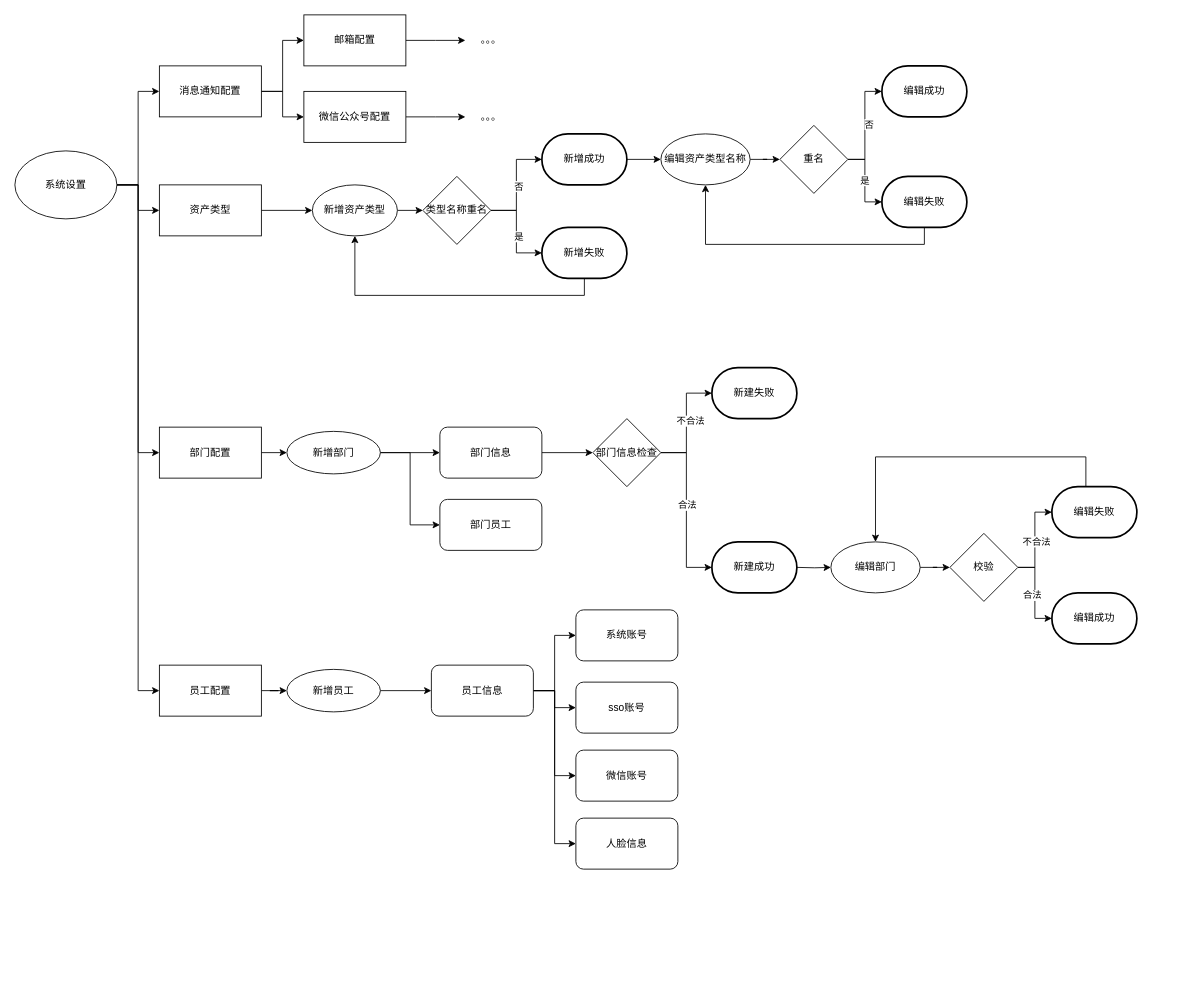
The draw.io diagram TOFsystem.drawio in star-devil/diagramsFiles, before the edit. Source tidied: cells renumbered, new cells numbered last; positions are measured from the earlier drawing's top-left corner, leaving out a move shared by most shapes. Both pictures are drawn from the tidied source at 85%, with x=0, y=0 at pixel (14, 14).
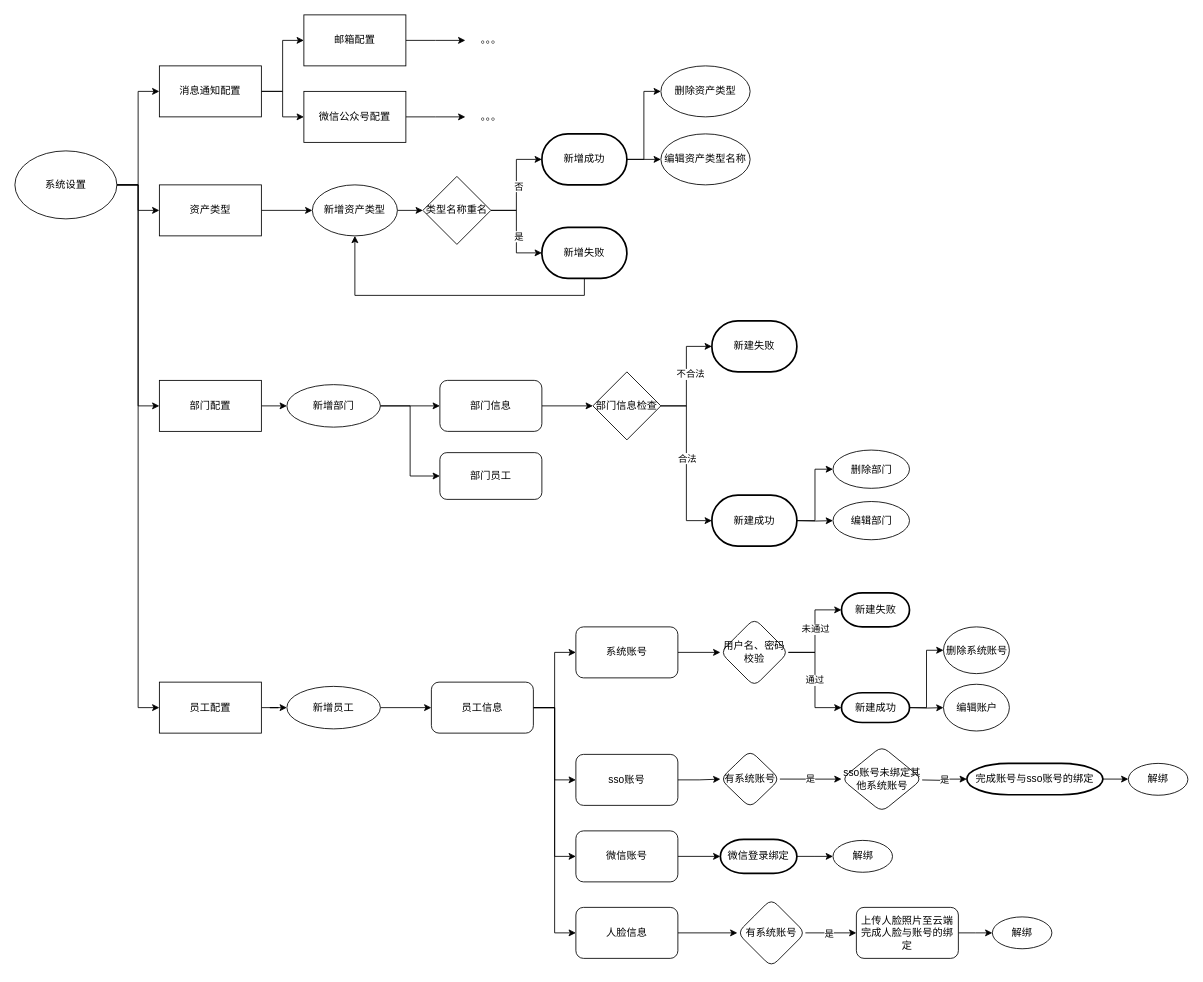
The same diagram, later.

The change refers to these unchanged cells:
```xml
<mxCell id="26" value="新增成功" style="strokeWidth=2;html=1;shape=mxgraph.flowchart.terminator;whiteSpace=wrap;" parent="1" vertex="1">
  <mxGeometry x="620" y="140" width="100" height="60" as="geometry" />
</mxCell>
<mxCell id="35" value="编辑资产类型名称" style="ellipse;whiteSpace=wrap;html=1;" parent="1" vertex="1">
  <mxGeometry x="760" y="140" width="105" height="60" as="geometry" />
</mxCell>
```

The edit, as a diff of the source:
```diff
@@
+    <mxCell id="80" style="edgeStyle=orthogonalEdgeStyle;rounded=0;jettySize=auto;html=1;exitX=1;exitY=0.5;exitDx=0;exitDy=0;exitPerimeter=0;entryX=0;entryY=0.5;entryDx=0;entryDy=0;" parent="1" edge="1" source="26" target="108">
+      <mxGeometry relative="1" as="geometry" />
+    </mxCell>
@@
     <mxCell id="30" value="部门配置" style="rounded=0;whiteSpace=wrap;html=1;" parent="1" vertex="1">
-      <mxGeometry x="170" y="485" width="120" height="60" as="geometry" />
+      <mxGeometry x="170" y="430" width="120" height="60" as="geometry" />
     </mxCell>
@@
     <mxCell id="33" value="新增部门" style="ellipse;whiteSpace=wrap;html=1;" parent="1" vertex="1">
-      <mxGeometry x="320" y="490" width="110" height="50" as="geometry" />
+      <mxGeometry x="320" y="435" width="110" height="50" as="geometry" />
     </mxCell>
-    <mxCell id="34" style="edgeStyle=orthogonalEdgeStyle;rounded=0;jettySize=auto;html=1;exitX=1;exitY=0.5;exitDx=0;exitDy=0;" parent="1" edge="1" source="35" target="41">
-      <mxGeometry relative="1" as="geometry" />
-    </mxCell>
@@
-    <mxCell id="36" style="edgeStyle=orthogonalEdgeStyle;rounded=0;jettySize=auto;html=1;exitX=1;exitY=0.5;exitDx=0;exitDy=0;entryX=0;entryY=0.5;entryDx=0;entryDy=0;" parent="1" edge="1" target="41">
-      <mxGeometry relative="1" as="geometry">
-        <mxPoint x="902" y="170" as="sourcePoint" />
-      </mxGeometry>
-    </mxCell>
-    <mxCell id="37" style="edgeStyle=orthogonalEdgeStyle;rounded=0;jettySize=auto;html=1;exitX=1;exitY=0.5;exitDx=0;exitDy=0;entryX=0;entryY=0.5;entryDx=0;entryDy=0;entryPerimeter=0;" parent="1" edge="1" source="41" target="42">
-      <mxGeometry relative="1" as="geometry" />
-    </mxCell>
-    <mxCell id="38" value="否" style="edgeLabel;html=1;align=center;verticalAlign=middle;" parent="37" vertex="1">
-      <mxGeometry x="0.03" y="-4" relative="1" as="geometry" />
-    </mxCell>
-    <mxCell id="39" style="edgeStyle=orthogonalEdgeStyle;rounded=0;jettySize=auto;html=1;exitX=1;exitY=0.5;exitDx=0;exitDy=0;entryX=0;entryY=0.5;entryDx=0;entryDy=0;entryPerimeter=0;" parent="1" edge="1" source="41" target="44">
-      <mxGeometry relative="1" as="geometry" />
-    </mxCell>
-    <mxCell id="40" value="是" style="edgeLabel;html=1;align=center;verticalAlign=middle;" parent="39" vertex="1">
-      <mxGeometry x="-0.02" y="-1" relative="1" as="geometry" />
-    </mxCell>
-    <mxCell id="41" value="重名" style="rhombus;whiteSpace=wrap;html=1;" parent="1" vertex="1">
-      <mxGeometry x="900" y="130" width="80" height="80" as="geometry" />
-    </mxCell>
-    <mxCell id="42" value="编辑成功" style="strokeWidth=2;html=1;shape=mxgraph.flowchart.terminator;whiteSpace=wrap;" parent="1" vertex="1">
-      <mxGeometry x="1020" y="60" width="100" height="60" as="geometry" />
-    </mxCell>
-    <mxCell id="43" style="edgeStyle=orthogonalEdgeStyle;rounded=0;jettySize=auto;html=1;exitX=0.5;exitY=1;exitDx=0;exitDy=0;exitPerimeter=0;entryX=0.5;entryY=1;entryDx=0;entryDy=0;" parent="1" edge="1" source="44" target="35">
-      <mxGeometry relative="1" as="geometry" />
-    </mxCell>
-    <mxCell id="44" value="编辑失败" style="strokeWidth=2;html=1;shape=mxgraph.flowchart.terminator;whiteSpace=wrap;" parent="1" vertex="1">
-      <mxGeometry x="1020" y="190" width="100" height="60" as="geometry" />
-    </mxCell>
@@
     <mxCell id="46" value="员工配置" style="rounded=0;whiteSpace=wrap;html=1;" parent="1" vertex="1">
-      <mxGeometry x="170" y="765" width="120" height="60" as="geometry" />
+      <mxGeometry x="170" y="785" width="120" height="60" as="geometry" />
     </mxCell>
@@
     <mxCell id="48" value="部门信息" style="rounded=1;whiteSpace=wrap;html=1;" parent="1" vertex="1">
-      <mxGeometry x="500" y="485" width="120" height="60" as="geometry" />
+      <mxGeometry x="500" y="430" width="120" height="60" as="geometry" />
     </mxCell>
@@
-    <mxCell id="50" style="edgeStyle=orthogonalEdgeStyle;rounded=0;jettySize=auto;html=1;exitX=1;exitY=0.5;exitDx=0;exitDy=0;" parent="1" edge="1" source="53" target="77">
+    <mxCell id="50" style="edgeStyle=orthogonalEdgeStyle;rounded=0;jettySize=auto;html=1;exitX=1;exitY=0.5;exitDx=0;exitDy=0;entryX=0;entryY=0.5;entryDx=0;entryDy=0;" parent="1" edge="1" source="53" target="77">
       <mxGeometry relative="1" as="geometry" />
     </mxCell>
@@
     <mxCell id="53" value="员工信息" style="rounded=1;whiteSpace=wrap;html=1;" parent="1" vertex="1">
-      <mxGeometry x="490" y="765" width="120" height="60" as="geometry" />
+      <mxGeometry x="490" y="785" width="120" height="60" as="geometry" />
     </mxCell>
@@
     <mxCell id="55" value="新增员工" style="ellipse;whiteSpace=wrap;html=1;" parent="1" vertex="1">
-      <mxGeometry x="320" y="770" width="110" height="50" as="geometry" />
+      <mxGeometry x="320" y="790" width="110" height="50" as="geometry" />
     </mxCell>
     <mxCell id="56" value="部门员工" style="rounded=1;whiteSpace=wrap;html=1;" parent="1" vertex="1">
-      <mxGeometry x="500" y="570" width="120" height="60" as="geometry" />
+      <mxGeometry x="500" y="515" width="120" height="55" as="geometry" />
     </mxCell>
@@
     <mxCell id="61" value="部门信息检查" style="rhombus;whiteSpace=wrap;html=1;" parent="1" vertex="1">
-      <mxGeometry x="680" y="475" width="80" height="80" as="geometry" />
+      <mxGeometry x="680" y="420" width="80" height="80" as="geometry" />
     </mxCell>
+    <mxCell id="81" style="edgeStyle=orthogonalEdgeStyle;rounded=0;jettySize=auto;html=1;exitX=1;exitY=0.5;exitDx=0;exitDy=0;exitPerimeter=0;entryX=0;entryY=0.5;entryDx=0;entryDy=0;" parent="1" edge="1" source="62" target="107">
+      <mxGeometry relative="1" as="geometry" />
+    </mxCell>
     <mxCell id="62" value="新建成功" style="strokeWidth=2;html=1;shape=mxgraph.flowchart.terminator;whiteSpace=wrap;" parent="1" vertex="1">
-      <mxGeometry x="820" y="620" width="100" height="60" as="geometry" />
+      <mxGeometry x="820" y="565" width="100" height="60" as="geometry" />
     </mxCell>
     <mxCell id="63" value="新建失败" style="strokeWidth=2;html=1;shape=mxgraph.flowchart.terminator;whiteSpace=wrap;" parent="1" vertex="1">
-      <mxGeometry x="820" y="415" width="100" height="60" as="geometry" />
+      <mxGeometry x="820" y="360" width="100" height="60" as="geometry" />
     </mxCell>
     <mxCell id="64" style="edgeStyle=orthogonalEdgeStyle;rounded=0;jettySize=auto;html=1;exitX=1;exitY=0.5;exitDx=0;exitDy=0;exitPerimeter=0;entryX=0;entryY=0.5;entryDx=0;entryDy=0;" parent="1" edge="1" target="66">
       <mxGeometry relative="1" as="geometry">
-        <mxPoint x="920" y="650" as="sourcePoint" />
+        <mxPoint x="920" y="595" as="sourcePoint" />
       </mxGeometry>
     </mxCell>
-    <mxCell id="65" style="edgeStyle=orthogonalEdgeStyle;rounded=0;jettySize=auto;html=1;exitX=1;exitY=0.5;exitDx=0;exitDy=0;" parent="1" edge="1" source="66" target="72">
-      <mxGeometry relative="1" as="geometry" />
-    </mxCell>
     <mxCell id="66" value="编辑部门" style="ellipse;whiteSpace=wrap;html=1;" parent="1" vertex="1">
-      <mxGeometry x="960" y="620" width="105" height="60" as="geometry" />
+      <mxGeometry x="962.5" y="572.5" width="90" height="45" as="geometry" />
     </mxCell>
-    <mxCell id="67" style="edgeStyle=orthogonalEdgeStyle;rounded=0;jettySize=auto;html=1;exitX=1;exitY=0.5;exitDx=0;exitDy=0;entryX=0;entryY=0.5;entryDx=0;entryDy=0;" parent="1" edge="1" target="72">
-      <mxGeometry relative="1" as="geometry">
-        <mxPoint x="1102" y="650" as="sourcePoint" />
-      </mxGeometry>
-    </mxCell>
-    <mxCell id="68" style="edgeStyle=orthogonalEdgeStyle;rounded=0;jettySize=auto;html=1;exitX=1;exitY=0.5;exitDx=0;exitDy=0;entryX=0;entryY=0.5;entryDx=0;entryDy=0;entryPerimeter=0;" parent="1" edge="1" source="72" target="73">
-      <mxGeometry relative="1" as="geometry" />
-    </mxCell>
-    <mxCell id="69" value="合法" style="edgeLabel;html=1;align=center;verticalAlign=middle;" parent="68" vertex="1">
-      <mxGeometry x="0.03" y="-4" relative="1" as="geometry" />
-    </mxCell>
-    <mxCell id="70" style="edgeStyle=orthogonalEdgeStyle;rounded=0;jettySize=auto;html=1;exitX=1;exitY=0.5;exitDx=0;exitDy=0;entryX=0;entryY=0.5;entryDx=0;entryDy=0;entryPerimeter=0;" parent="1" edge="1" source="72" target="75">
-      <mxGeometry relative="1" as="geometry" />
-    </mxCell>
-    <mxCell id="71" value="不合法" style="edgeLabel;html=1;align=center;verticalAlign=middle;" parent="70" vertex="1">
-      <mxGeometry x="-0.02" y="-1" relative="1" as="geometry" />
-    </mxCell>
-    <mxCell id="72" value="校验" style="rhombus;whiteSpace=wrap;html=1;" parent="1" vertex="1">
-      <mxGeometry x="1100" y="610" width="80" height="80" as="geometry" />
-    </mxCell>
-    <mxCell id="73" value="编辑成功" style="strokeWidth=2;html=1;shape=mxgraph.flowchart.terminator;whiteSpace=wrap;" parent="1" vertex="1">
-      <mxGeometry x="1220" y="680" width="100" height="60" as="geometry" />
-    </mxCell>
-    <mxCell id="74" style="edgeStyle=orthogonalEdgeStyle;rounded=0;jettySize=auto;html=1;exitX=0.5;exitY=0;exitDx=0;exitDy=0;exitPerimeter=0;entryX=0.5;entryY=0;entryDx=0;entryDy=0;" parent="1" edge="1" source="75" target="66">
-      <mxGeometry relative="1" as="geometry">
-        <Array as="points">
-          <mxPoint x="1270" y="560" />
-          <mxPoint x="1260" y="560" />
-          <mxPoint x="1260" y="520" />
-          <mxPoint x="1013" y="520" />
-        </Array>
-      </mxGeometry>
-    </mxCell>
-    <mxCell id="75" value="编辑失败" style="strokeWidth=2;html=1;shape=mxgraph.flowchart.terminator;whiteSpace=wrap;" parent="1" vertex="1">
-      <mxGeometry x="1220" y="555" width="100" height="60" as="geometry" />
-    </mxCell>
+    <mxCell id="82" style="edgeStyle=orthogonalEdgeStyle;rounded=0;jettySize=auto;html=1;" parent="1" edge="1" source="76" target="89">
+      <mxGeometry relative="1" as="geometry" />
+    </mxCell>
     <mxCell id="76" value="系统账号" style="whiteSpace=wrap;html=1;rounded=1;" parent="1" vertex="1">
-      <mxGeometry x="660" y="700" width="120" height="60" as="geometry" />
+      <mxGeometry x="660" y="720" width="120" height="60" as="geometry" />
     </mxCell>
+    <mxCell id="83" style="edgeStyle=orthogonalEdgeStyle;rounded=0;jettySize=auto;html=1;exitX=1;exitY=0.5;exitDx=0;exitDy=0;" parent="1" edge="1" source="77" target="102">
+      <mxGeometry relative="1" as="geometry" />
+    </mxCell>
     <mxCell id="77" value="sso账号" style="whiteSpace=wrap;html=1;rounded=1;" parent="1" vertex="1">
-      <mxGeometry x="660" y="785" width="120" height="60" as="geometry" />
+      <mxGeometry x="660" y="870" width="120" height="60" as="geometry" />
     </mxCell>
+    <mxCell id="84" style="edgeStyle=orthogonalEdgeStyle;rounded=0;jettySize=auto;html=1;" parent="1" edge="1" source="78" target="96">
+      <mxGeometry relative="1" as="geometry" />
+    </mxCell>
     <mxCell id="78" value="微信账号" style="whiteSpace=wrap;html=1;rounded=1;" parent="1" vertex="1">
-      <mxGeometry x="660" y="865" width="120" height="60" as="geometry" />
+      <mxGeometry x="660" y="960" width="120" height="60" as="geometry" />
     </mxCell>
+    <mxCell id="85" style="edgeStyle=orthogonalEdgeStyle;rounded=0;jettySize=auto;html=1;" parent="1" edge="1" source="79" target="98">
+      <mxGeometry relative="1" as="geometry" />
+    </mxCell>
     <mxCell id="79" value="人脸信息" style="whiteSpace=wrap;html=1;rounded=1;" parent="1" vertex="1">
-      <mxGeometry x="660" y="945" width="120" height="60" as="geometry" />
+      <mxGeometry x="660" y="1050" width="120" height="60" as="geometry" />
     </mxCell>
+    <mxCell id="86" style="edgeStyle=orthogonalEdgeStyle;rounded=0;jettySize=auto;html=1;entryX=0;entryY=0.5;entryDx=0;entryDy=0;entryPerimeter=0;" parent="1" edge="1" source="89" target="92">
+      <mxGeometry relative="1" as="geometry" />
+    </mxCell>
+    <mxCell id="87" value="未通过" style="edgeLabel;html=1;align=center;verticalAlign=middle;" parent="86" vertex="1">
+      <mxGeometry x="0.04" relative="1" as="geometry" />
+    </mxCell>
+    <mxCell id="88" value="通过" style="edgeStyle=orthogonalEdgeStyle;rounded=0;jettySize=auto;html=1;exitX=1;exitY=0.5;exitDx=0;exitDy=0;entryX=0;entryY=0.5;entryDx=0;entryDy=0;entryPerimeter=0;" parent="1" edge="1" source="89" target="91">
+      <mxGeometry relative="1" as="geometry" />
+    </mxCell>
+    <mxCell id="89" value="用户名、密码校验" style="rhombus;whiteSpace=wrap;html=1;rounded=1;" parent="1" vertex="1">
+      <mxGeometry x="830" y="710" width="80" height="80" as="geometry" />
+    </mxCell>
+    <mxCell id="90" style="edgeStyle=orthogonalEdgeStyle;rounded=0;jettySize=auto;html=1;exitX=1;exitY=0.5;exitDx=0;exitDy=0;exitPerimeter=0;entryX=0;entryY=0.5;entryDx=0;entryDy=0;" parent="1" edge="1" source="91" target="109">
+      <mxGeometry relative="1" as="geometry" />
+    </mxCell>
+    <mxCell id="91" value="新建成功" style="strokeWidth=2;html=1;shape=mxgraph.flowchart.terminator;whiteSpace=wrap;" parent="1" vertex="1">
+      <mxGeometry x="972.5" y="797.5" width="80" height="35" as="geometry" />
+    </mxCell>
+    <mxCell id="92" value="新建失败" style="strokeWidth=2;html=1;shape=mxgraph.flowchart.terminator;whiteSpace=wrap;" parent="1" vertex="1">
+      <mxGeometry x="972.5" y="680" width="80" height="40" as="geometry" />
+    </mxCell>
+    <mxCell id="93" style="edgeStyle=orthogonalEdgeStyle;rounded=0;jettySize=auto;html=1;exitX=1;exitY=0.5;exitDx=0;exitDy=0;exitPerimeter=0;entryX=0;entryY=0.5;entryDx=0;entryDy=0;" parent="1" edge="1" target="94">
+      <mxGeometry relative="1" as="geometry">
+        <mxPoint x="1052.5" y="815" as="sourcePoint" />
+      </mxGeometry>
+    </mxCell>
+    <mxCell id="94" value="编辑账户" style="ellipse;whiteSpace=wrap;html=1;" parent="1" vertex="1">
+      <mxGeometry x="1092.5" y="787.5" width="77.5" height="55" as="geometry" />
+    </mxCell>
+    <mxCell id="95" style="edgeStyle=orthogonalEdgeStyle;rounded=0;jettySize=auto;html=1;exitX=1;exitY=0.5;exitDx=0;exitDy=0;exitPerimeter=0;" parent="1" edge="1" source="96" target="111">
+      <mxGeometry relative="1" as="geometry" />
+    </mxCell>
+    <mxCell id="96" value="微信登录绑定" style="strokeWidth=2;html=1;shape=mxgraph.flowchart.terminator;whiteSpace=wrap;" parent="1" vertex="1">
+      <mxGeometry x="830" y="970" width="90" height="40" as="geometry" />
+    </mxCell>
+    <mxCell id="97" style="edgeStyle=orthogonalEdgeStyle;rounded=0;jettySize=auto;html=1;" parent="1" edge="1" source="98" target="100">
+      <mxGeometry relative="1" as="geometry" />
+    </mxCell>
+    <mxCell id="40" value="是" style="edgeLabel;html=1;align=center;verticalAlign=middle;" parent="97" vertex="1">
+      <mxGeometry x="-0.1" relative="1" as="geometry" />
+    </mxCell>
+    <mxCell id="98" value="有系统账号" style="rhombus;whiteSpace=wrap;html=1;rounded=1;" parent="1" vertex="1">
+      <mxGeometry x="850" y="1040" width="80" height="80" as="geometry" />
+    </mxCell>
+    <mxCell id="99" style="edgeStyle=orthogonalEdgeStyle;rounded=0;jettySize=auto;html=1;exitX=1;exitY=0.5;exitDx=0;exitDy=0;" parent="1" edge="1" source="100" target="112">
+      <mxGeometry relative="1" as="geometry" />
+    </mxCell>
+    <mxCell id="100" value="上传人脸照片至云端完成人脸与账号的绑定" style="whiteSpace=wrap;html=1;rounded=1;" parent="1" vertex="1">
+      <mxGeometry x="990" y="1050" width="120" height="60" as="geometry" />
+    </mxCell>
+    <mxCell id="101" value="是" style="edgeStyle=orthogonalEdgeStyle;rounded=0;jettySize=auto;html=1;exitX=1;exitY=0.5;exitDx=0;exitDy=0;" parent="1" edge="1" source="102" target="104">
+      <mxGeometry relative="1" as="geometry">
+        <Array as="points">
+          <mxPoint x="936" y="899" />
+          <mxPoint x="936" y="899" />
+        </Array>
+      </mxGeometry>
+    </mxCell>
+    <mxCell id="102" value="有系统账号" style="rhombus;whiteSpace=wrap;html=1;rounded=1;" parent="1" vertex="1">
+      <mxGeometry x="830" y="865.3" width="70" height="67.5" as="geometry" />
+    </mxCell>
+    <mxCell id="103" value="是" style="edgeStyle=orthogonalEdgeStyle;rounded=0;jettySize=auto;html=1;" parent="1" edge="1" target="106">
+      <mxGeometry relative="1" as="geometry">
+        <mxPoint x="1067.4" y="900.1" as="sourcePoint" />
+      </mxGeometry>
+    </mxCell>
+    <mxCell id="104" value="sso账号未绑定其他系统账号" style="rhombus;whiteSpace=wrap;html=1;rounded=1;" parent="1" vertex="1">
+      <mxGeometry x="972.5" y="860.3" width="95" height="77.5" as="geometry" />
+    </mxCell>
+    <mxCell id="105" style="edgeStyle=orthogonalEdgeStyle;rounded=0;jettySize=auto;html=1;exitX=1;exitY=0.5;exitDx=0;exitDy=0;exitPerimeter=0;entryX=0;entryY=0.5;entryDx=0;entryDy=0;" parent="1" edge="1" source="106" target="110">
+      <mxGeometry relative="1" as="geometry" />
+    </mxCell>
+    <mxCell id="106" value="完成账号与sso账号的绑定" style="strokeWidth=2;html=1;shape=mxgraph.flowchart.terminator;whiteSpace=wrap;" parent="1" vertex="1">
+      <mxGeometry x="1120" y="880.6" width="160" height="36.9" as="geometry" />
+    </mxCell>
+    <mxCell id="107" value="删除部门" style="ellipse;whiteSpace=wrap;html=1;" parent="1" vertex="1">
+      <mxGeometry x="962.5" y="512" width="90" height="45" as="geometry" />
+    </mxCell>
+    <mxCell id="108" value="删除资产类型" style="ellipse;whiteSpace=wrap;html=1;" parent="1" vertex="1">
+      <mxGeometry x="760" y="60" width="105" height="60" as="geometry" />
+    </mxCell>
+    <mxCell id="109" value="删除系统账号" style="ellipse;whiteSpace=wrap;html=1;" parent="1" vertex="1">
+      <mxGeometry x="1092.5" y="720" width="77.5" height="55" as="geometry" />
+    </mxCell>
+    <mxCell id="110" value="解绑" style="ellipse;whiteSpace=wrap;html=1;" parent="1" vertex="1">
+      <mxGeometry x="1310" y="880.6" width="70" height="37.5" as="geometry" />
+    </mxCell>
+    <mxCell id="111" value="解绑" style="ellipse;whiteSpace=wrap;html=1;" parent="1" vertex="1">
+      <mxGeometry x="962.5" y="971.2" width="70" height="37.5" as="geometry" />
+    </mxCell>
+    <mxCell id="112" value="解绑" style="ellipse;whiteSpace=wrap;html=1;" parent="1" vertex="1">
+      <mxGeometry x="1150" y="1061.2" width="70" height="37.5" as="geometry" />
+    </mxCell>
```
